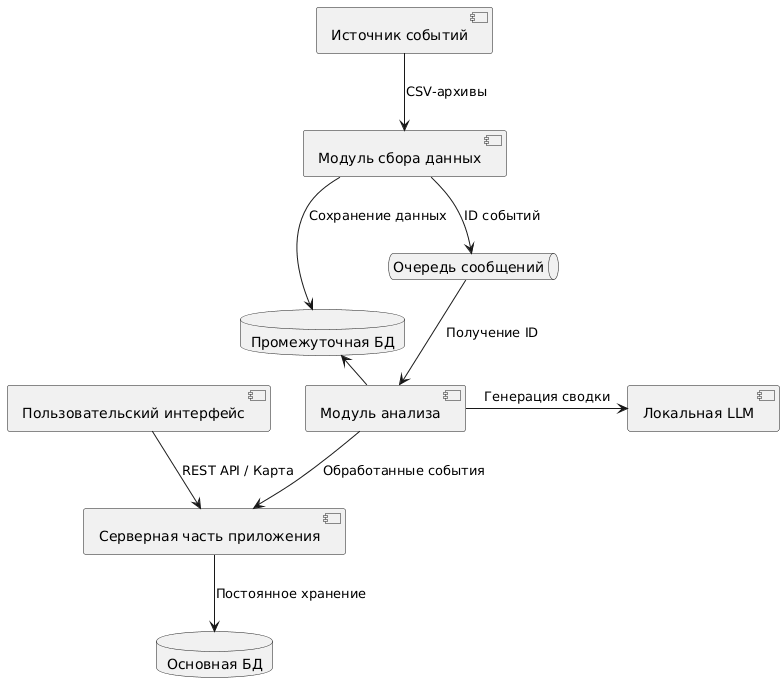
The PlantUML diagram report/picture/diagramm/components_diagramm.png in kovvvalskii/diploma-report, before a commit.
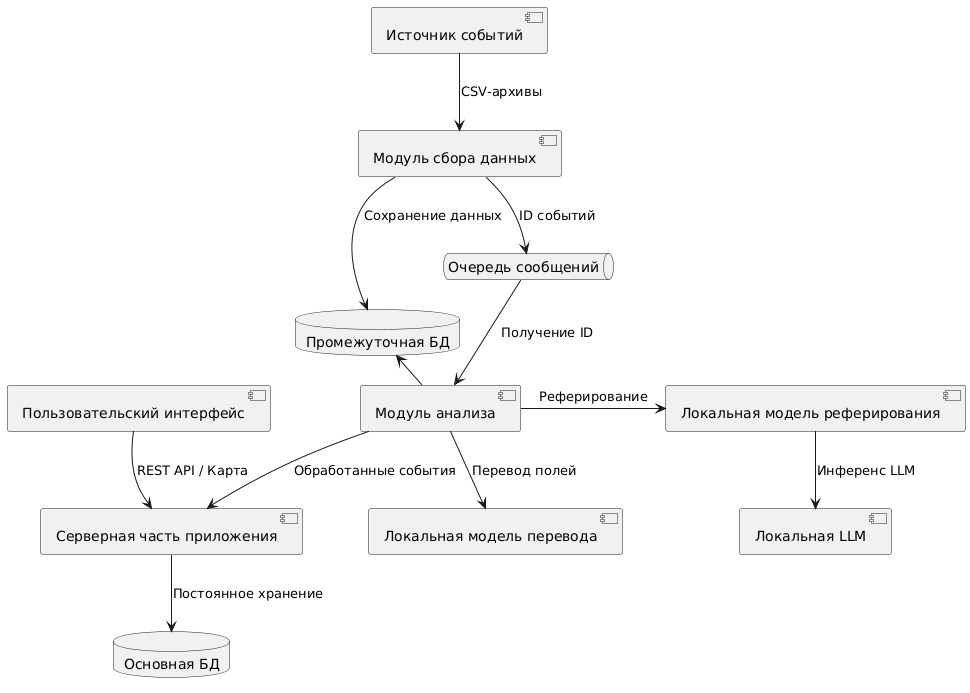
Above is the later version.

Change to the diagram source:
```diff
@@ -10,6 +10,8 @@
 queue "Очередь сообщений" as RMQ
 [Модуль анализа] as Analyzer
 [Локальная LLM] as Ollama
+[Локальная модель перевода] as Translator
+[Локальная модель реферирования] as Summarizer
 
 [Серверная часть приложения] as Core
 database "Основная БД" as CDB
@@ -22,7 +24,9 @@
 
 RMQ --> Analyzer : Получение ID
 Analyzer -left-> SDB : Чтение данных
-Analyzer -right-> Ollama : Генерация сводки
+Analyzer --> Translator : Перевод полей
+Analyzer -right-> Summarizer : Реферирование
+Summarizer --> Ollama : Инференс LLM
 Analyzer --> Core : Обработанные события
 
 Core --> CDB : Постоянное хранение
```
